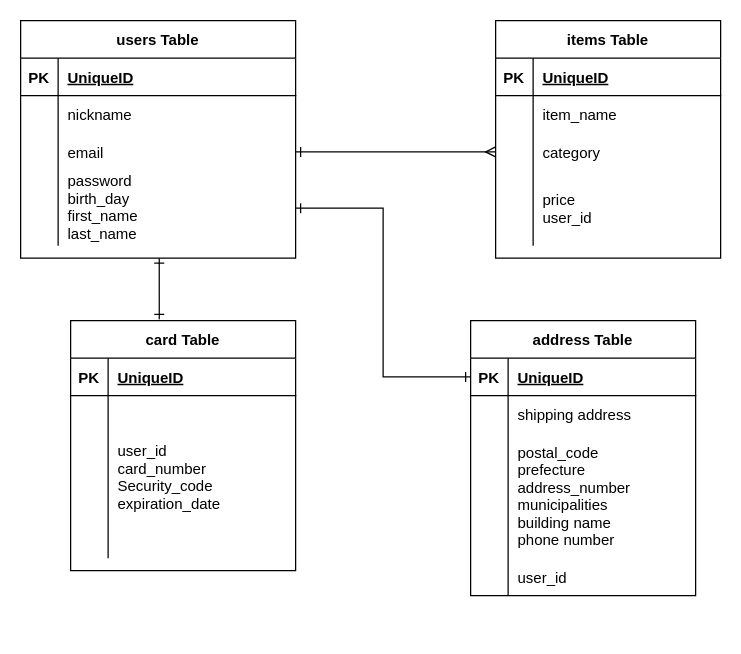
Above: test.dio in tyanyu0614/furima-31671 (draw.io), before the change. Source tidied: cells renumbered, new cells numbered last; positions are measured from the earlier drawing's top-left corner, leaving out a move shared by most shapes. Both pictures are drawn from the tidied source at 125%, with x=0, y=0 at pixel (20, 20).
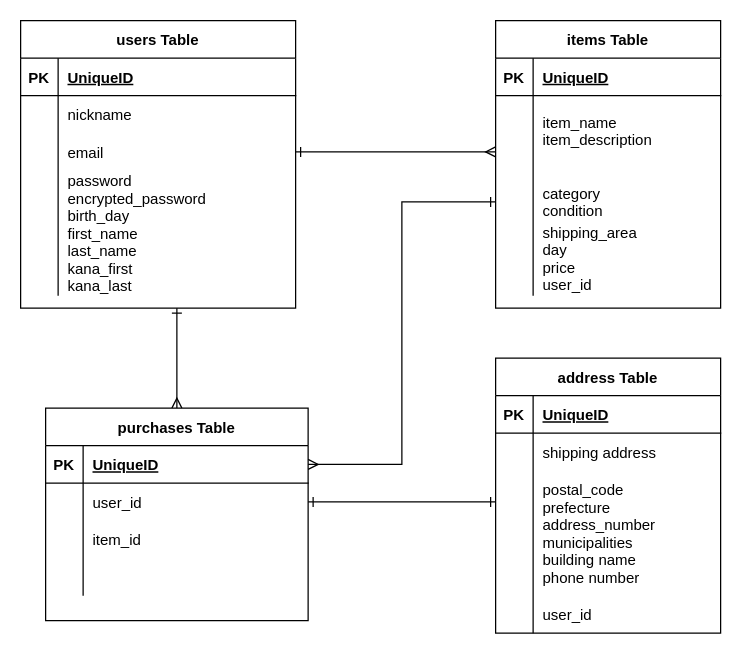
The same diagram, later.

Commit message (it also covers changes not shown here):
DB設計の修正

The change refers to these unchanged cells:
```xml
<mxCell id="10" style="shape=partialRectangle;fillColor=none;top=0;left=0;bottom=0;right=0;points=[[0,0.5],[1,0.5]];portConstraint=eastwest;" parent="3" vertex="1">
  <mxGeometry y="90" width="220" height="30" as="geometry" />
</mxCell>
```

The edit, as a diff of the source:
```diff
@@
-    <mxCell id="2" style="edgeStyle=orthogonalEdgeStyle;rounded=0;jettySize=auto;html=1;endArrow=ERone;endFill=0;entryX=0.394;entryY=-0.005;entryDx=0;entryDy=0;entryPerimeter=0;startArrow=ERone;startFill=0;" parent="1" edge="1" source="3" target="29">
-      <mxGeometry relative="1" as="geometry">
-        <Array as="points">
-          <mxPoint x="110" y="215" />
-        </Array>
-      </mxGeometry>
-    </mxCell>
+    <mxCell id="55" style="edgeStyle=orthogonalEdgeStyle;rounded=0;jettySize=auto;html=1;exitX=1;exitY=0.5;exitDx=0;exitDy=0;entryX=0;entryY=0.643;entryDx=0;entryDy=0;endArrow=ERmany;endFill=0;startArrow=ERone;startFill=0;entryPerimeter=0;" parent="1" edge="1" source="10" target="20">
+      <mxGeometry relative="1" as="geometry" />
+    </mxCell>
+    <mxCell id="42" value="address Table" style="shape=table;startSize=30;childLayout=tableLayout;rowLines=0;fontStyle=1;align=center;" parent="1" vertex="1">
+      <mxGeometry x="380" y="270" width="180" height="220" as="geometry" />
+    </mxCell>
+    <mxCell id="43" style="shape=partialRectangle;fillColor=none;top=0;left=0;bottom=1;right=0;points=[[0,0.5],[1,0.5]];portConstraint=eastwest;" parent="42" vertex="1">
+      <mxGeometry y="30" width="180" height="30" as="geometry" />
+    </mxCell>
+    <mxCell id="44" value="PK" style="shape=partialRectangle;fillColor=none;top=0;left=0;bottom=0;right=0;fontStyle=1;overflow=hidden;" parent="43" vertex="1">
+      <mxGeometry width="30" height="30" as="geometry" />
+    </mxCell>
+    <mxCell id="45" value="UniqueID" style="shape=partialRectangle;fillColor=none;top=0;left=0;bottom=0;right=0;align=left;spacingLeft=6;fontStyle=5;overflow=hidden;" parent="43" vertex="1">
+      <mxGeometry x="30" width="150" height="30" as="geometry" />
+    </mxCell>
+    <mxCell id="46" style="shape=partialRectangle;fillColor=none;top=0;left=0;bottom=0;right=0;" parent="42" vertex="1">
+      <mxGeometry y="60" width="180" height="30" as="geometry" />
+    </mxCell>
+    <mxCell id="47" style="shape=partialRectangle;fillColor=none;top=0;left=0;bottom=0;right=0;overflow=hidden;" parent="46" vertex="1">
+      <mxGeometry width="30" height="30" as="geometry" />
+    </mxCell>
+    <mxCell id="48" value="shipping address" style="shape=partialRectangle;fillColor=none;top=0;left=0;bottom=0;right=0;align=left;spacingLeft=6;overflow=hidden;" parent="46" vertex="1">
+      <mxGeometry x="30" width="150" height="30" as="geometry" />
+    </mxCell>
+    <mxCell id="49" style="shape=partialRectangle;fillColor=none;top=0;left=0;bottom=0;right=0;" parent="42" vertex="1">
+      <mxGeometry y="90" width="180" height="100" as="geometry" />
+    </mxCell>
+    <mxCell id="50" style="shape=partialRectangle;fillColor=none;top=0;left=0;bottom=0;right=0;overflow=hidden;" parent="49" vertex="1">
+      <mxGeometry width="30" height="100" as="geometry" />
+    </mxCell>
+    <mxCell id="51" value="postal_code&#10;prefecture&#10;address_number&#10;municipalities&#10;building name&#10;phone number" style="shape=partialRectangle;fillColor=none;top=0;left=0;bottom=0;right=0;align=left;spacingLeft=6;overflow=hidden;" parent="49" vertex="1">
+      <mxGeometry x="30" width="150" height="100" as="geometry" />
+    </mxCell>
+    <mxCell id="52" style="shape=partialRectangle;fillColor=none;top=0;left=0;bottom=0;right=0;" parent="42" vertex="1">
+      <mxGeometry y="190" width="180" height="30" as="geometry" />
+    </mxCell>
+    <mxCell id="53" style="shape=partialRectangle;fillColor=none;top=0;left=0;bottom=0;right=0;overflow=hidden;" parent="52" vertex="1">
+      <mxGeometry width="30" height="30" as="geometry" />
+    </mxCell>
+    <mxCell id="54" value="user_id" style="shape=partialRectangle;fillColor=none;top=0;left=0;bottom=0;right=0;align=left;spacingLeft=6;overflow=hidden;" parent="52" vertex="1">
+      <mxGeometry x="30" width="150" height="30" as="geometry" />
+    </mxCell>
+    <mxCell id="57" style="edgeStyle=orthogonalEdgeStyle;rounded=0;jettySize=auto;html=1;startArrow=ERmany;startFill=0;endArrow=ERone;endFill=0;" parent="1" edge="1" source="60">
+      <mxGeometry relative="1" as="geometry">
+        <mxPoint x="125" y="230" as="targetPoint" />
+      </mxGeometry>
+    </mxCell>
+    <mxCell id="58" style="edgeStyle=orthogonalEdgeStyle;rounded=0;jettySize=auto;html=1;startArrow=ERone;startFill=0;endArrow=ERone;endFill=0;" parent="1" edge="1" source="62">
+      <mxGeometry relative="1" as="geometry">
+        <mxPoint x="380" y="385" as="targetPoint" />
+        <Array as="points">
+          <mxPoint x="377" y="385" />
+        </Array>
+      </mxGeometry>
+    </mxCell>
+    <mxCell id="59" style="edgeStyle=orthogonalEdgeStyle;rounded=0;jettySize=auto;html=1;exitX=1;exitY=0.5;exitDx=0;exitDy=0;startArrow=ERmany;startFill=0;endArrow=ERone;endFill=0;entryX=0;entryY=0.5;entryDx=0;entryDy=0;" parent="1" edge="1" source="61" target="23">
+      <mxGeometry relative="1" as="geometry" />
+    </mxCell>
+    <mxCell id="60" value="purchases Table" style="shape=table;startSize=30;childLayout=tableLayout;rowLines=0;fontStyle=1;align=center;" parent="1" vertex="1">
+      <mxGeometry x="20" y="310" width="210" height="170" as="geometry" />
+    </mxCell>
+    <mxCell id="61" style="shape=partialRectangle;fillColor=none;top=0;left=0;bottom=1;right=0;points=[[0,0.5],[1,0.5]];portConstraint=eastwest;" parent="60" vertex="1">
+      <mxGeometry y="30" width="210" height="30" as="geometry" />
+    </mxCell>
+    <mxCell id="31" value="PK" style="shape=partialRectangle;fillColor=none;top=0;left=0;bottom=0;right=0;fontStyle=1;overflow=hidden;" parent="61" vertex="1">
+      <mxGeometry width="30" height="30" as="geometry" />
+    </mxCell>
+    <mxCell id="32" value="UniqueID" style="shape=partialRectangle;fillColor=none;top=0;left=0;bottom=0;right=0;align=left;spacingLeft=6;fontStyle=5;overflow=hidden;" parent="61" vertex="1">
+      <mxGeometry x="30" width="180" height="30" as="geometry" />
+    </mxCell>
+    <mxCell id="62" style="shape=partialRectangle;fillColor=none;top=0;left=0;bottom=0;right=0;points=[[0,0.5],[1,0.5]];portConstraint=eastwest;" parent="60" vertex="1">
+      <mxGeometry y="60" width="210" height="30" as="geometry" />
+    </mxCell>
+    <mxCell id="63" style="shape=partialRectangle;fillColor=none;top=0;left=0;bottom=0;right=0;overflow=hidden;" parent="62" vertex="1">
+      <mxGeometry width="30" height="30" as="geometry" />
+    </mxCell>
+    <mxCell id="64" value="user_id" style="shape=partialRectangle;fillColor=none;top=0;left=0;bottom=0;right=0;align=left;spacingLeft=6;overflow=hidden;" parent="62" vertex="1">
+      <mxGeometry x="30" width="180" height="30" as="geometry" />
+    </mxCell>
+    <mxCell id="65" style="shape=partialRectangle;fillColor=none;top=0;left=0;bottom=0;right=0;" parent="60" vertex="1">
+      <mxGeometry y="90" width="210" height="30" as="geometry" />
+    </mxCell>
+    <mxCell id="66" style="shape=partialRectangle;fillColor=none;top=0;left=0;bottom=0;right=0;overflow=hidden;" parent="65" vertex="1">
+      <mxGeometry width="30" height="30" as="geometry" />
+    </mxCell>
+    <mxCell id="67" value="item_id" style="shape=partialRectangle;fillColor=none;top=0;left=0;bottom=0;right=0;align=left;spacingLeft=6;overflow=hidden;" parent="65" vertex="1">
+      <mxGeometry x="30" width="180" height="30" as="geometry" />
+    </mxCell>
+    <mxCell id="68" style="shape=partialRectangle;fillColor=none;top=0;left=0;bottom=0;right=0;" parent="60" vertex="1">
+      <mxGeometry y="120" width="210" height="30" as="geometry" />
+    </mxCell>
+    <mxCell id="69" style="shape=partialRectangle;fillColor=none;top=0;left=0;bottom=0;right=0;overflow=hidden;" parent="68" vertex="1">
+      <mxGeometry width="30" height="30" as="geometry" />
+    </mxCell>
+    <mxCell id="70" style="shape=partialRectangle;fillColor=none;top=0;left=0;bottom=0;right=0;align=left;spacingLeft=6;overflow=hidden;" parent="68" vertex="1">
+      <mxGeometry x="30" width="180" height="30" as="geometry" />
+    </mxCell>
     <mxCell id="3" value="users Table" style="shape=table;startSize=30;childLayout=tableLayout;rowLines=0;fontStyle=1;align=center;" parent="1" vertex="1">
-      <mxGeometry width="220" height="190" as="geometry" />
+      <mxGeometry width="220" height="230" as="geometry" />
     </mxCell>
@@
     <mxCell id="13" style="shape=partialRectangle;fillColor=none;top=0;left=0;bottom=0;right=0;points=[[0,0.5],[1,0.5]];portConstraint=eastwest;" parent="3" vertex="1">
-      <mxGeometry y="120" width="220" height="60" as="geometry" />
+      <mxGeometry y="120" width="220" height="100" as="geometry" />
     </mxCell>
     <mxCell id="14" style="shape=partialRectangle;fillColor=none;top=0;left=0;bottom=0;right=0;overflow=hidden;" parent="13" vertex="1">
-      <mxGeometry width="30" height="60" as="geometry" />
+      <mxGeometry width="30" height="100" as="geometry" />
     </mxCell>
-    <mxCell id="15" value="password&#10;birth_day&#10;first_name&#10;last_name&#10;" style="shape=partialRectangle;fillColor=none;top=0;left=0;bottom=0;right=0;align=left;spacingLeft=6;overflow=hidden;" parent="13" vertex="1">
-      <mxGeometry x="30" width="190" height="60" as="geometry" />
+    <mxCell id="15" value="password&#10;encrypted_password&#10;birth_day&#10;first_name&#10;last_name&#10;kana_first&#10;kana_last&#10;" style="shape=partialRectangle;fillColor=none;top=0;left=0;bottom=0;right=0;align=left;spacingLeft=6;overflow=hidden;" parent="13" vertex="1">
+      <mxGeometry x="30" width="190" height="100" as="geometry" />
     </mxCell>
     <mxCell id="16" value="items Table" style="shape=table;startSize=30;childLayout=tableLayout;rowLines=0;fontStyle=1;align=center;" parent="1" vertex="1">
-      <mxGeometry x="380" width="180" height="190" as="geometry" />
+      <mxGeometry x="380" width="180" height="230" as="geometry" />
     </mxCell>
@@
     <mxCell id="20" style="shape=partialRectangle;fillColor=none;top=0;left=0;bottom=0;right=0;points=[[0,0.5],[1,0.5]];portConstraint=eastwest;" parent="16" vertex="1">
-      <mxGeometry y="60" width="180" height="30" as="geometry" />
+      <mxGeometry y="60" width="180" height="70" as="geometry" />
     </mxCell>
     <mxCell id="21" style="shape=partialRectangle;fillColor=none;top=0;left=0;bottom=0;right=0;overflow=hidden;" parent="20" vertex="1">
-      <mxGeometry width="30" height="30" as="geometry" />
+      <mxGeometry width="30" height="70" as="geometry" />
     </mxCell>
-    <mxCell id="22" value="item_name" style="shape=partialRectangle;fillColor=none;top=0;left=0;bottom=0;right=0;align=left;spacingLeft=6;overflow=hidden;" parent="20" vertex="1">
-      <mxGeometry x="30" width="150" height="30" as="geometry" />
+    <mxCell id="22" value="item_name&#10;item_description&#10;" style="shape=partialRectangle;fillColor=none;top=0;left=0;bottom=0;right=0;align=left;spacingLeft=6;overflow=hidden;" parent="20" vertex="1">
+      <mxGeometry x="30" width="150" height="70" as="geometry" />
     </mxCell>
     <mxCell id="23" style="shape=partialRectangle;fillColor=none;top=0;left=0;bottom=0;right=0;points=[[0,0.5],[1,0.5]];portConstraint=eastwest;" parent="16" vertex="1">
-      <mxGeometry y="90" width="180" height="30" as="geometry" />
+      <mxGeometry y="130" width="180" height="30" as="geometry" />
     </mxCell>
@@
-    <mxCell id="25" value="category" style="shape=partialRectangle;fillColor=none;top=0;left=0;bottom=0;right=0;align=left;spacingLeft=6;overflow=hidden;" parent="23" vertex="1">
+    <mxCell id="25" value="category&#10;condition" style="shape=partialRectangle;fillColor=none;top=0;left=0;bottom=0;right=0;align=left;spacingLeft=6;overflow=hidden;" parent="23" vertex="1">
       <mxGeometry x="30" width="150" height="30" as="geometry" />
     </mxCell>
     <mxCell id="26" style="shape=partialRectangle;fillColor=none;top=0;left=0;bottom=0;right=0;" parent="16" vertex="1">
-      <mxGeometry y="120" width="180" height="60" as="geometry" />
+      <mxGeometry y="160" width="180" height="60" as="geometry" />
     </mxCell>
@@
-    <mxCell id="28" value="price&#10;user_id" style="shape=partialRectangle;fillColor=none;top=0;left=0;bottom=0;right=0;align=left;spacingLeft=6;overflow=hidden;" parent="26" vertex="1">
+    <mxCell id="28" value="shipping_area&#10;day&#10;price&#10;user_id" style="shape=partialRectangle;fillColor=none;top=0;left=0;bottom=0;right=0;align=left;spacingLeft=6;overflow=hidden;" parent="26" vertex="1">
       <mxGeometry x="30" width="150" height="60" as="geometry" />
     </mxCell>
-    <mxCell id="29" value="card Table" style="shape=table;startSize=30;childLayout=tableLayout;rowLines=0;fontStyle=1;align=center;" parent="1" vertex="1">
-      <mxGeometry x="40" y="240" width="180" height="200" as="geometry" />
-    </mxCell>
-    <mxCell id="30" style="shape=partialRectangle;fillColor=none;top=0;left=0;bottom=1;right=0;" parent="29" vertex="1">
-      <mxGeometry y="30" width="180" height="30" as="geometry" />
-    </mxCell>
-    <mxCell id="31" value="PK" style="shape=partialRectangle;fillColor=none;top=0;left=0;bottom=0;right=0;fontStyle=1;overflow=hidden;" parent="30" vertex="1">
-      <mxGeometry width="30" height="30" as="geometry" />
-    </mxCell>
-    <mxCell id="32" value="UniqueID" style="shape=partialRectangle;fillColor=none;top=0;left=0;bottom=0;right=0;align=left;spacingLeft=6;fontStyle=5;overflow=hidden;" parent="30" vertex="1">
-      <mxGeometry x="30" width="150" height="30" as="geometry" />
-    </mxCell>
-    <mxCell id="33" style="shape=partialRectangle;fillColor=none;top=0;left=0;bottom=0;right=0;" parent="29" vertex="1">
-      <mxGeometry y="60" width="180" height="30" as="geometry" />
-    </mxCell>
-    <mxCell id="34" style="shape=partialRectangle;fillColor=none;top=0;left=0;bottom=0;right=0;overflow=hidden;" parent="33" vertex="1">
-      <mxGeometry width="30" height="30" as="geometry" />
-    </mxCell>
-    <mxCell id="35" style="shape=partialRectangle;fillColor=none;top=0;left=0;bottom=0;right=0;align=left;spacingLeft=6;overflow=hidden;" parent="33" vertex="1">
-      <mxGeometry x="30" width="150" height="30" as="geometry" />
-    </mxCell>
-    <mxCell id="36" style="shape=partialRectangle;fillColor=none;top=0;left=0;bottom=0;right=0;" parent="29" vertex="1">
-      <mxGeometry y="90" width="180" height="70" as="geometry" />
-    </mxCell>
-    <mxCell id="37" style="shape=partialRectangle;fillColor=none;top=0;left=0;bottom=0;right=0;overflow=hidden;" parent="36" vertex="1">
-      <mxGeometry width="30" height="70" as="geometry" />
-    </mxCell>
-    <mxCell id="38" value="user_id&#10;card_number&#10;Security_code&#10;expiration_date" style="shape=partialRectangle;fillColor=none;top=0;left=0;bottom=0;right=0;align=left;spacingLeft=6;overflow=hidden;" parent="36" vertex="1">
-      <mxGeometry x="30" width="150" height="70" as="geometry" />
-    </mxCell>
-    <mxCell id="39" style="shape=partialRectangle;fillColor=none;top=0;left=0;bottom=0;right=0;" parent="29" vertex="1">
-      <mxGeometry y="160" width="180" height="30" as="geometry" />
-    </mxCell>
-    <mxCell id="40" style="shape=partialRectangle;fillColor=none;top=0;left=0;bottom=0;right=0;overflow=hidden;" parent="39" vertex="1">
-      <mxGeometry width="30" height="30" as="geometry" />
-    </mxCell>
-    <mxCell id="41" style="shape=partialRectangle;fillColor=none;top=0;left=0;bottom=0;right=0;align=left;spacingLeft=6;overflow=hidden;" parent="39" vertex="1">
-      <mxGeometry x="30" width="150" height="30" as="geometry" />
-    </mxCell>
-    <mxCell id="42" value="address Table" style="shape=table;startSize=30;childLayout=tableLayout;rowLines=0;fontStyle=1;align=center;" parent="1" vertex="1">
-      <mxGeometry x="360" y="240" width="180" height="220" as="geometry" />
-    </mxCell>
-    <mxCell id="43" style="shape=partialRectangle;fillColor=none;top=0;left=0;bottom=1;right=0;points=[[0,0.5],[1,0.5]];portConstraint=eastwest;" parent="42" vertex="1">
-      <mxGeometry y="30" width="180" height="30" as="geometry" />
-    </mxCell>
-    <mxCell id="44" value="PK" style="shape=partialRectangle;fillColor=none;top=0;left=0;bottom=0;right=0;fontStyle=1;overflow=hidden;" parent="43" vertex="1">
-      <mxGeometry width="30" height="30" as="geometry" />
-    </mxCell>
-    <mxCell id="45" value="UniqueID" style="shape=partialRectangle;fillColor=none;top=0;left=0;bottom=0;right=0;align=left;spacingLeft=6;fontStyle=5;overflow=hidden;" parent="43" vertex="1">
-      <mxGeometry x="30" width="150" height="30" as="geometry" />
-    </mxCell>
-    <mxCell id="46" style="shape=partialRectangle;fillColor=none;top=0;left=0;bottom=0;right=0;" parent="42" vertex="1">
-      <mxGeometry y="60" width="180" height="30" as="geometry" />
-    </mxCell>
-    <mxCell id="47" style="shape=partialRectangle;fillColor=none;top=0;left=0;bottom=0;right=0;overflow=hidden;" parent="46" vertex="1">
-      <mxGeometry width="30" height="30" as="geometry" />
-    </mxCell>
-    <mxCell id="48" value="shipping address" style="shape=partialRectangle;fillColor=none;top=0;left=0;bottom=0;right=0;align=left;spacingLeft=6;overflow=hidden;" parent="46" vertex="1">
-      <mxGeometry x="30" width="150" height="30" as="geometry" />
-    </mxCell>
-    <mxCell id="49" style="shape=partialRectangle;fillColor=none;top=0;left=0;bottom=0;right=0;" parent="42" vertex="1">
-      <mxGeometry y="90" width="180" height="100" as="geometry" />
-    </mxCell>
-    <mxCell id="50" style="shape=partialRectangle;fillColor=none;top=0;left=0;bottom=0;right=0;overflow=hidden;" parent="49" vertex="1">
-      <mxGeometry width="30" height="100" as="geometry" />
-    </mxCell>
-    <mxCell id="51" value="postal_code&#10;prefecture&#10;address_number&#10;municipalities&#10;building name&#10;phone number" style="shape=partialRectangle;fillColor=none;top=0;left=0;bottom=0;right=0;align=left;spacingLeft=6;overflow=hidden;" parent="49" vertex="1">
-      <mxGeometry x="30" width="150" height="100" as="geometry" />
-    </mxCell>
-    <mxCell id="52" style="shape=partialRectangle;fillColor=none;top=0;left=0;bottom=0;right=0;" parent="42" vertex="1">
-      <mxGeometry y="190" width="180" height="30" as="geometry" />
-    </mxCell>
-    <mxCell id="53" style="shape=partialRectangle;fillColor=none;top=0;left=0;bottom=0;right=0;overflow=hidden;" parent="52" vertex="1">
-      <mxGeometry width="30" height="30" as="geometry" />
-    </mxCell>
-    <mxCell id="54" value="user_id" style="shape=partialRectangle;fillColor=none;top=0;left=0;bottom=0;right=0;align=left;spacingLeft=6;overflow=hidden;" parent="52" vertex="1">
-      <mxGeometry x="30" width="150" height="30" as="geometry" />
-    </mxCell>
-    <mxCell id="55" style="edgeStyle=orthogonalEdgeStyle;rounded=0;jettySize=auto;html=1;exitX=1;exitY=0.5;exitDx=0;exitDy=0;entryX=0;entryY=0.5;entryDx=0;entryDy=0;endArrow=ERmany;endFill=0;startArrow=ERone;startFill=0;" parent="1" edge="1" source="10" target="23">
-      <mxGeometry relative="1" as="geometry" />
-    </mxCell>
-    <mxCell id="56" style="edgeStyle=orthogonalEdgeStyle;rounded=0;jettySize=auto;html=1;exitX=0;exitY=0.5;exitDx=0;exitDy=0;entryX=1;entryY=0.5;entryDx=0;entryDy=0;startArrow=ERone;startFill=0;endArrow=ERone;endFill=0;" parent="1" edge="1" source="43" target="13">
-      <mxGeometry relative="1" as="geometry" />
-    </mxCell>
```
